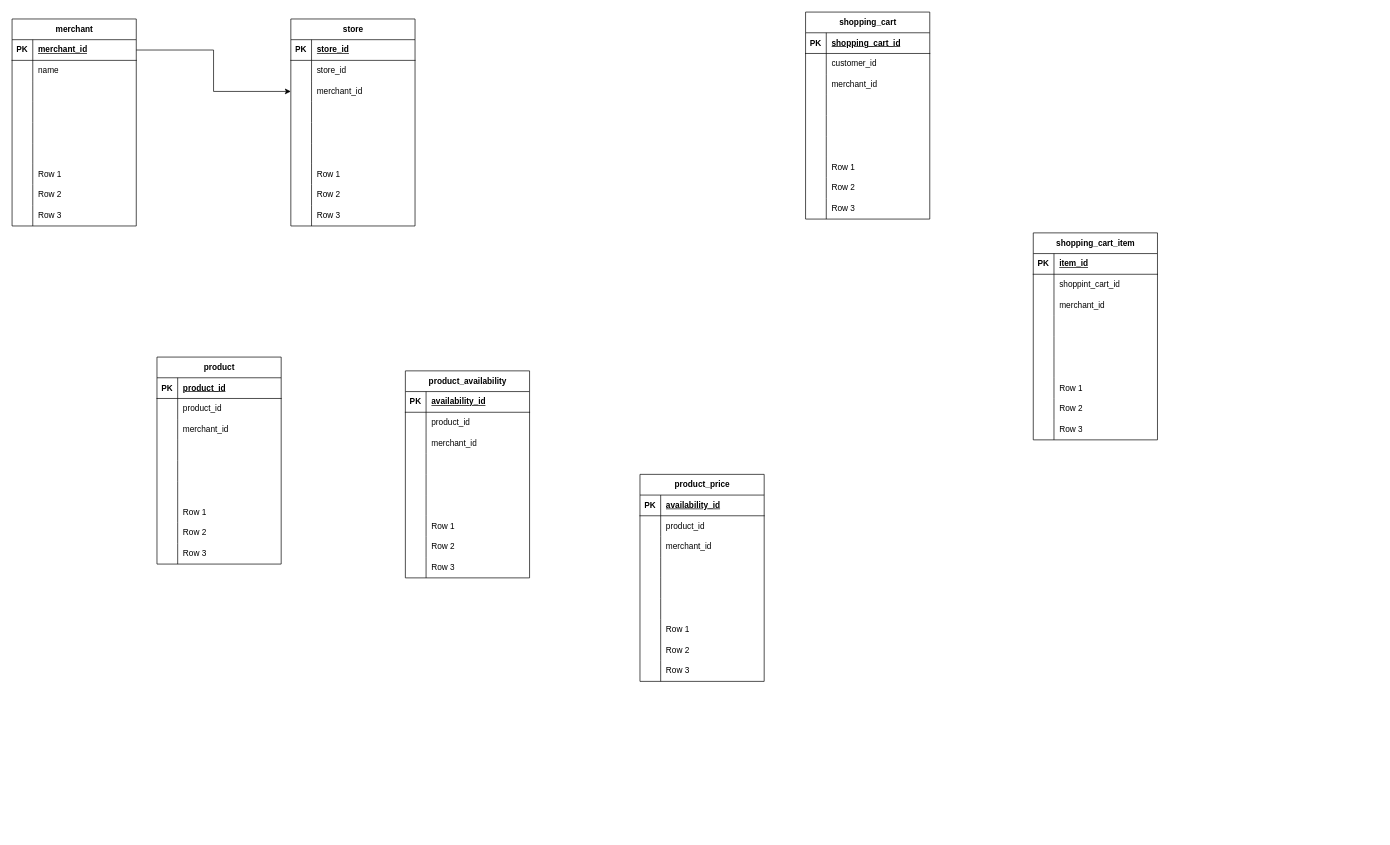
This is work_graph/model struct Diagram.drawio from yasinhan/graph, a draw.io file, before an edit. Source tidied: cells renumbered, new cells numbered last; positions are measured from the earlier drawing's top-left corner, leaving out a move shared by most shapes. Both pictures are drawn from the tidied source at 69%, with x=0, y=0 at pixel (12, 12).
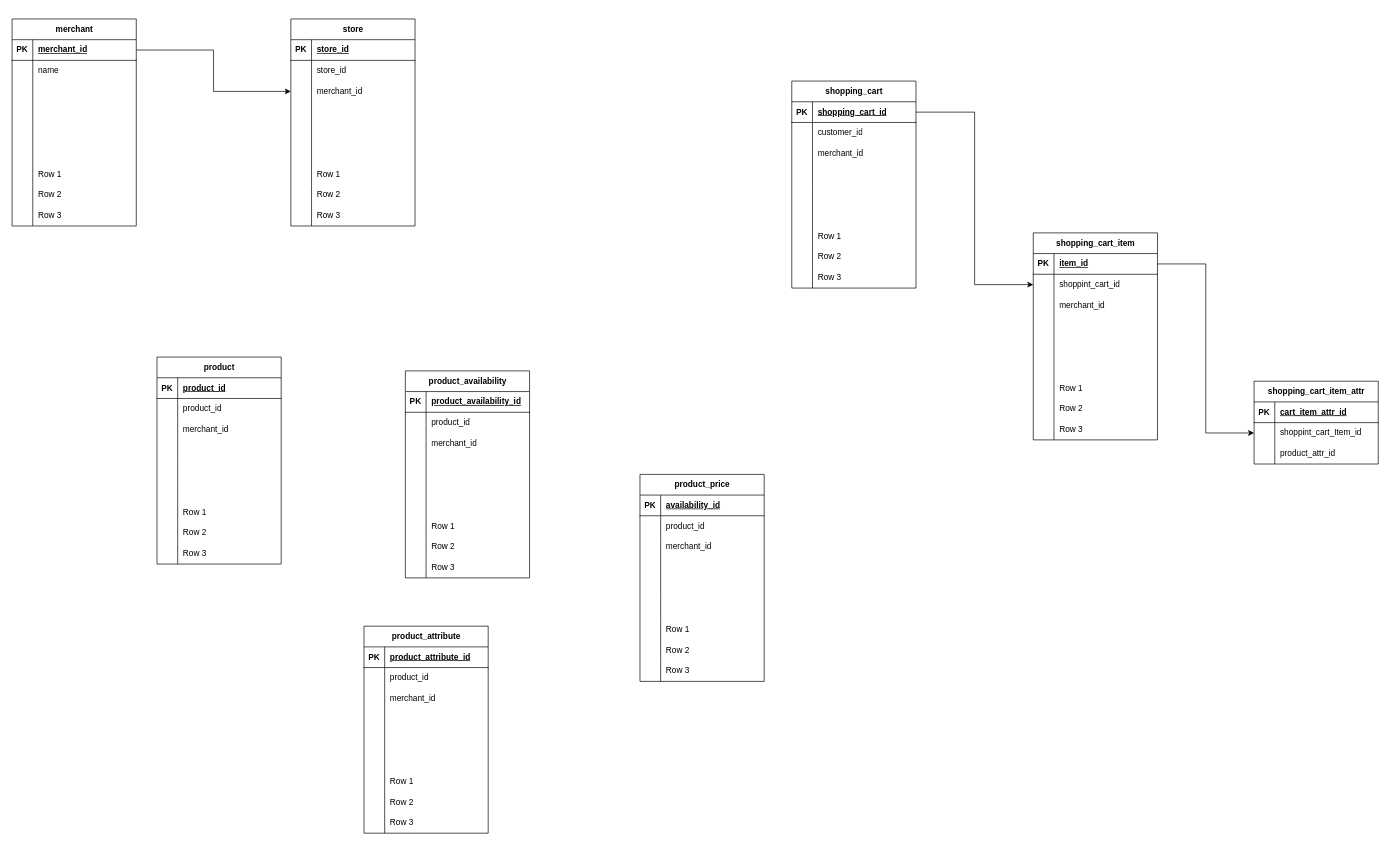
Above is the later version.

Commit message:
add some column to tables

The change refers to these unchanged cells:
```xml
<mxCell id="88" style="shape=tableRow;horizontal=0;startSize=0;swimlaneHead=0;swimlaneBody=0;fillColor=none;top=0;left=0;right=0;bottom=1;" parent="87" vertex="1">
  <mxGeometry y="30" width="180" height="30" as="geometry" />
</mxCell>
<mxCell id="144" style="shape=tableRow;horizontal=0;startSize=0;swimlaneHead=0;swimlaneBody=0;fillColor=none;points=[[0,0.5],[1,0.5]];portConstraint=eastwest;top=0;left=0;right=0;bottom=1;" parent="143" vertex="1">
  <mxGeometry y="30" width="180" height="30" as="geometry" />
</mxCell>
<mxCell id="172" style="shape=tableRow;horizontal=0;startSize=0;swimlaneHead=0;swimlaneBody=0;fillColor=none;points=[[0,0.5],[1,0.5]];portConstraint=eastwest;top=0;left=0;right=0;bottom=1;" parent="171" vertex="1">
  <mxGeometry y="30" width="180" height="30" as="geometry" />
</mxCell>
<mxCell id="175" style="shape=tableRow;horizontal=0;startSize=0;swimlaneHead=0;swimlaneBody=0;fillColor=none;points=[[0,0.5],[1,0.5]];portConstraint=eastwest;top=0;left=0;right=0;bottom=0;" parent="171" vertex="1">
  <mxGeometry y="60" width="180" height="30" as="geometry" />
</mxCell>
```

The edit, as a diff of the source:
```diff
@@
-    <mxCell id="90" value="availability_id" style="shape=partialRectangle;fillColor=none;top=0;left=0;bottom=0;right=0;align=left;spacingLeft=6;fontStyle=5;overflow=hidden;whiteSpace=wrap;html=1;" parent="88" vertex="1">
+    <mxCell id="90" value="product_availability_id" style="shape=partialRectangle;fillColor=none;top=0;left=0;bottom=0;right=0;align=left;spacingLeft=6;fontStyle=5;overflow=hidden;whiteSpace=wrap;html=1;" parent="88" vertex="1">
       <mxGeometry x="30" width="150" height="30" as="geometry" />
     </mxCell>
@@
     <mxCell id="143" value="shopping_cart" style="shape=table;startSize=30;childLayout=tableLayout;rowLines=0;fontStyle=1;align=center;html=1;" parent="1" vertex="1">
-      <mxGeometry x="1150" width="180" height="300" as="geometry" />
+      <mxGeometry x="1130" y="100" width="180" height="300" as="geometry" />
     </mxCell>
@@
+    <mxCell id="199" value="shopping_cart_item_attr" style="shape=table;startSize=30;childLayout=tableLayout;rowLines=0;fontStyle=1;align=center;html=1;" parent="1" vertex="1">
+      <mxGeometry x="1800" y="535" width="180" height="120" as="geometry" />
+    </mxCell>
+    <mxCell id="200" style="shape=tableRow;horizontal=0;startSize=0;swimlaneHead=0;swimlaneBody=0;fillColor=none;top=0;left=0;right=0;bottom=1;" parent="199" vertex="1">
+      <mxGeometry y="30" width="180" height="30" as="geometry" />
+    </mxCell>
+    <mxCell id="201" value="PK" style="shape=partialRectangle;fillColor=none;top=0;left=0;bottom=0;right=0;fontStyle=1;overflow=hidden;whiteSpace=wrap;html=1;" parent="200" vertex="1">
+      <mxGeometry width="30" height="30" as="geometry" />
+    </mxCell>
+    <mxCell id="202" value="cart_item_attr_id" style="shape=partialRectangle;fillColor=none;top=0;left=0;bottom=0;right=0;align=left;spacingLeft=6;fontStyle=5;overflow=hidden;whiteSpace=wrap;html=1;" parent="200" vertex="1">
+      <mxGeometry x="30" width="150" height="30" as="geometry" />
+    </mxCell>
+    <mxCell id="203" style="shape=tableRow;horizontal=0;startSize=0;swimlaneHead=0;swimlaneBody=0;fillColor=none;points=[[0,0.5],[1,0.5]];portConstraint=eastwest;top=0;left=0;right=0;bottom=0;" parent="199" vertex="1">
+      <mxGeometry y="60" width="180" height="30" as="geometry" />
+    </mxCell>
+    <mxCell id="204" style="shape=partialRectangle;fillColor=none;top=0;left=0;bottom=0;right=0;overflow=hidden;whiteSpace=wrap;html=1;" parent="203" vertex="1">
+      <mxGeometry width="30" height="30" as="geometry" />
+    </mxCell>
+    <mxCell id="205" value="shoppint_cart_Item_id" style="shape=partialRectangle;fillColor=none;top=0;left=0;bottom=0;right=0;align=left;spacingLeft=6;overflow=hidden;whiteSpace=wrap;html=1;" parent="203" vertex="1">
+      <mxGeometry x="30" width="150" height="30" as="geometry" />
+    </mxCell>
+    <mxCell id="206" style="shape=tableRow;horizontal=0;startSize=0;swimlaneHead=0;swimlaneBody=0;fillColor=none;top=0;left=0;right=0;bottom=0;" parent="199" vertex="1">
+      <mxGeometry y="90" width="180" height="30" as="geometry" />
+    </mxCell>
+    <mxCell id="207" style="shape=partialRectangle;fillColor=none;top=0;left=0;bottom=0;right=0;overflow=hidden;whiteSpace=wrap;html=1;" parent="206" vertex="1">
+      <mxGeometry width="30" height="30" as="geometry" />
+    </mxCell>
+    <mxCell id="208" value="product_attr_id" style="shape=partialRectangle;fillColor=none;top=0;left=0;bottom=0;right=0;align=left;spacingLeft=6;overflow=hidden;whiteSpace=wrap;html=1;" parent="206" vertex="1">
+      <mxGeometry x="30" width="150" height="30" as="geometry" />
+    </mxCell>
+    <mxCell id="209" style="edgeStyle=orthogonalEdgeStyle;rounded=0;jettySize=auto;html=1;exitX=1;exitY=0.5;exitDx=0;exitDy=0;entryX=0;entryY=0.5;entryDx=0;entryDy=0;" parent="1" edge="1" source="172" target="203">
+      <mxGeometry relative="1" as="geometry" />
+    </mxCell>
+    <mxCell id="210" value="product_attribute" style="shape=table;startSize=30;childLayout=tableLayout;rowLines=0;fontStyle=1;align=center;html=1;" parent="1" vertex="1">
+      <mxGeometry x="510" y="890" width="180" height="300" as="geometry" />
+    </mxCell>
+    <mxCell id="211" style="shape=tableRow;horizontal=0;startSize=0;swimlaneHead=0;swimlaneBody=0;fillColor=none;top=0;left=0;right=0;bottom=1;" parent="210" vertex="1">
+      <mxGeometry y="30" width="180" height="30" as="geometry" />
+    </mxCell>
+    <mxCell id="212" value="PK" style="shape=partialRectangle;fillColor=none;top=0;left=0;bottom=0;right=0;fontStyle=1;overflow=hidden;whiteSpace=wrap;html=1;" parent="211" vertex="1">
+      <mxGeometry width="30" height="30" as="geometry" />
+    </mxCell>
+    <mxCell id="213" value="product_attribute_id" style="shape=partialRectangle;fillColor=none;top=0;left=0;bottom=0;right=0;align=left;spacingLeft=6;fontStyle=5;overflow=hidden;whiteSpace=wrap;html=1;" parent="211" vertex="1">
+      <mxGeometry x="30" width="150" height="30" as="geometry" />
+    </mxCell>
+    <mxCell id="214" style="shape=tableRow;horizontal=0;startSize=0;swimlaneHead=0;swimlaneBody=0;fillColor=none;top=0;left=0;right=0;bottom=0;" parent="210" vertex="1">
+      <mxGeometry y="60" width="180" height="30" as="geometry" />
+    </mxCell>
+    <mxCell id="215" style="shape=partialRectangle;fillColor=none;top=0;left=0;bottom=0;right=0;overflow=hidden;whiteSpace=wrap;html=1;" parent="214" vertex="1">
+      <mxGeometry width="30" height="30" as="geometry" />
+    </mxCell>
+    <mxCell id="216" value="product_id" style="shape=partialRectangle;fillColor=none;top=0;left=0;bottom=0;right=0;align=left;spacingLeft=6;overflow=hidden;whiteSpace=wrap;html=1;" parent="214" vertex="1">
+      <mxGeometry x="30" width="150" height="30" as="geometry" />
+    </mxCell>
+    <mxCell id="217" style="shape=tableRow;horizontal=0;startSize=0;swimlaneHead=0;swimlaneBody=0;fillColor=none;top=0;left=0;right=0;bottom=0;" parent="210" vertex="1">
+      <mxGeometry y="90" width="180" height="30" as="geometry" />
+    </mxCell>
+    <mxCell id="218" style="shape=partialRectangle;fillColor=none;top=0;left=0;bottom=0;right=0;overflow=hidden;whiteSpace=wrap;html=1;" parent="217" vertex="1">
+      <mxGeometry width="30" height="30" as="geometry" />
+    </mxCell>
+    <mxCell id="219" value="merchant_id" style="shape=partialRectangle;fillColor=none;top=0;left=0;bottom=0;right=0;align=left;spacingLeft=6;overflow=hidden;whiteSpace=wrap;html=1;" parent="217" vertex="1">
+      <mxGeometry x="30" width="150" height="30" as="geometry" />
+    </mxCell>
+    <mxCell id="220" style="shape=tableRow;horizontal=0;startSize=0;swimlaneHead=0;swimlaneBody=0;fillColor=none;top=0;left=0;right=0;bottom=0;" parent="210" vertex="1">
+      <mxGeometry y="120" width="180" height="30" as="geometry" />
+    </mxCell>
+    <mxCell id="221" style="shape=partialRectangle;fillColor=none;top=0;left=0;bottom=0;right=0;overflow=hidden;whiteSpace=wrap;html=1;" parent="220" vertex="1">
+      <mxGeometry width="30" height="30" as="geometry" />
+    </mxCell>
+    <mxCell id="222" style="shape=partialRectangle;fillColor=none;top=0;left=0;bottom=0;right=0;align=left;spacingLeft=6;overflow=hidden;whiteSpace=wrap;html=1;" parent="220" vertex="1">
+      <mxGeometry x="30" width="150" height="30" as="geometry" />
+    </mxCell>
+    <mxCell id="223" style="shape=tableRow;horizontal=0;startSize=0;swimlaneHead=0;swimlaneBody=0;fillColor=none;top=0;left=0;right=0;bottom=0;" parent="210" vertex="1">
+      <mxGeometry y="150" width="180" height="30" as="geometry" />
+    </mxCell>
+    <mxCell id="224" style="shape=partialRectangle;fillColor=none;top=0;left=0;bottom=0;right=0;overflow=hidden;whiteSpace=wrap;html=1;" parent="223" vertex="1">
+      <mxGeometry width="30" height="30" as="geometry" />
+    </mxCell>
+    <mxCell id="225" style="shape=partialRectangle;fillColor=none;top=0;left=0;bottom=0;right=0;align=left;spacingLeft=6;overflow=hidden;whiteSpace=wrap;html=1;" parent="223" vertex="1">
+      <mxGeometry x="30" width="150" height="30" as="geometry" />
+    </mxCell>
+    <mxCell id="226" style="shape=tableRow;horizontal=0;startSize=0;swimlaneHead=0;swimlaneBody=0;fillColor=none;top=0;left=0;right=0;bottom=0;" parent="210" vertex="1">
+      <mxGeometry y="180" width="180" height="30" as="geometry" />
+    </mxCell>
+    <mxCell id="227" style="shape=partialRectangle;fillColor=none;top=0;left=0;bottom=0;right=0;overflow=hidden;whiteSpace=wrap;html=1;" parent="226" vertex="1">
+      <mxGeometry width="30" height="30" as="geometry" />
+    </mxCell>
+    <mxCell id="228" style="shape=partialRectangle;fillColor=none;top=0;left=0;bottom=0;right=0;align=left;spacingLeft=6;overflow=hidden;whiteSpace=wrap;html=1;" parent="226" vertex="1">
+      <mxGeometry x="30" width="150" height="30" as="geometry" />
+    </mxCell>
+    <mxCell id="229" style="shape=tableRow;horizontal=0;startSize=0;swimlaneHead=0;swimlaneBody=0;fillColor=none;top=0;left=0;right=0;bottom=0;" parent="210" vertex="1">
+      <mxGeometry y="210" width="180" height="30" as="geometry" />
+    </mxCell>
+    <mxCell id="230" style="shape=partialRectangle;fillColor=none;top=0;left=0;bottom=0;right=0;overflow=hidden;whiteSpace=wrap;html=1;" parent="229" vertex="1">
+      <mxGeometry width="30" height="30" as="geometry" />
+    </mxCell>
+    <mxCell id="231" value="Row 1" style="shape=partialRectangle;fillColor=none;top=0;left=0;bottom=0;right=0;align=left;spacingLeft=6;overflow=hidden;whiteSpace=wrap;html=1;" parent="229" vertex="1">
+      <mxGeometry x="30" width="150" height="30" as="geometry" />
+    </mxCell>
+    <mxCell id="232" style="shape=tableRow;horizontal=0;startSize=0;swimlaneHead=0;swimlaneBody=0;fillColor=none;top=0;left=0;right=0;bottom=0;" parent="210" vertex="1">
+      <mxGeometry y="240" width="180" height="30" as="geometry" />
+    </mxCell>
+    <mxCell id="233" style="shape=partialRectangle;fillColor=none;top=0;left=0;bottom=0;right=0;overflow=hidden;whiteSpace=wrap;html=1;" parent="232" vertex="1">
+      <mxGeometry width="30" height="30" as="geometry" />
+    </mxCell>
+    <mxCell id="234" value="Row 2" style="shape=partialRectangle;fillColor=none;top=0;left=0;bottom=0;right=0;align=left;spacingLeft=6;overflow=hidden;whiteSpace=wrap;html=1;" parent="232" vertex="1">
+      <mxGeometry x="30" width="150" height="30" as="geometry" />
+    </mxCell>
+    <mxCell id="235" style="shape=tableRow;horizontal=0;startSize=0;swimlaneHead=0;swimlaneBody=0;fillColor=none;top=0;left=0;right=0;bottom=0;" parent="210" vertex="1">
+      <mxGeometry y="270" width="180" height="30" as="geometry" />
+    </mxCell>
+    <mxCell id="236" style="shape=partialRectangle;fillColor=none;top=0;left=0;bottom=0;right=0;overflow=hidden;whiteSpace=wrap;html=1;" parent="235" vertex="1">
+      <mxGeometry width="30" height="30" as="geometry" />
+    </mxCell>
+    <mxCell id="237" value="Row 3" style="shape=partialRectangle;fillColor=none;top=0;left=0;bottom=0;right=0;align=left;spacingLeft=6;overflow=hidden;whiteSpace=wrap;html=1;" parent="235" vertex="1">
+      <mxGeometry x="30" width="150" height="30" as="geometry" />
+    </mxCell>
+    <mxCell id="238" style="edgeStyle=orthogonalEdgeStyle;rounded=0;jettySize=auto;html=1;exitX=1;exitY=0.5;exitDx=0;exitDy=0;entryX=0;entryY=0.5;entryDx=0;entryDy=0;" parent="1" edge="1" source="144" target="175">
+      <mxGeometry relative="1" as="geometry" />
+    </mxCell>
```
